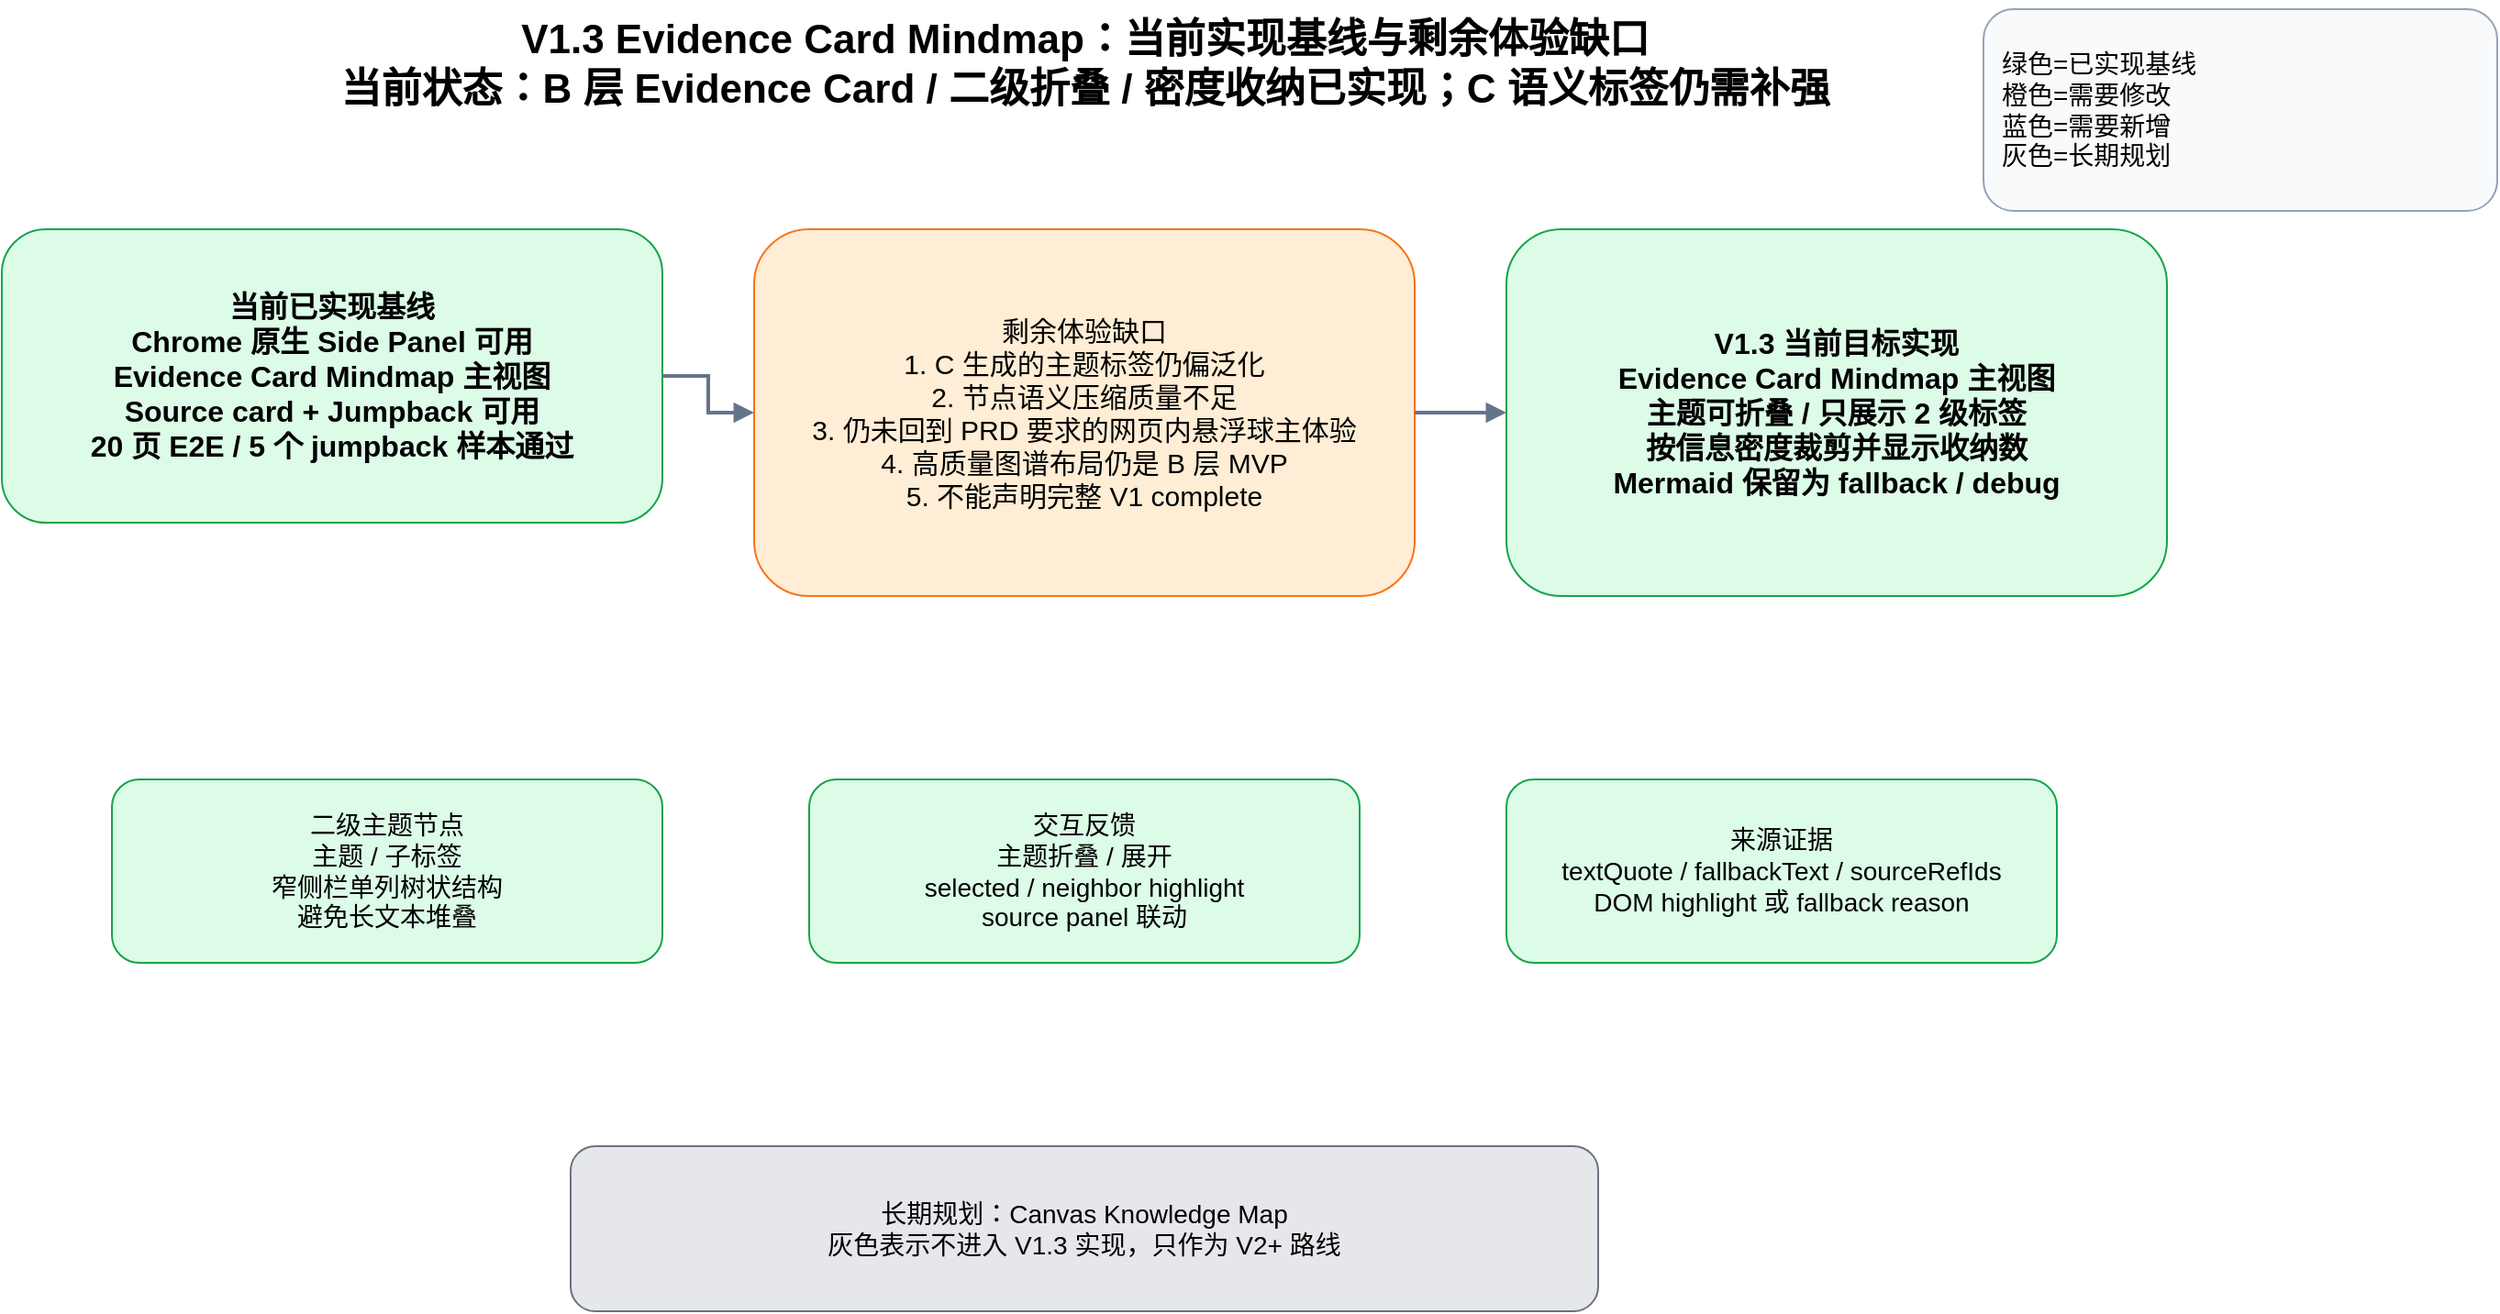
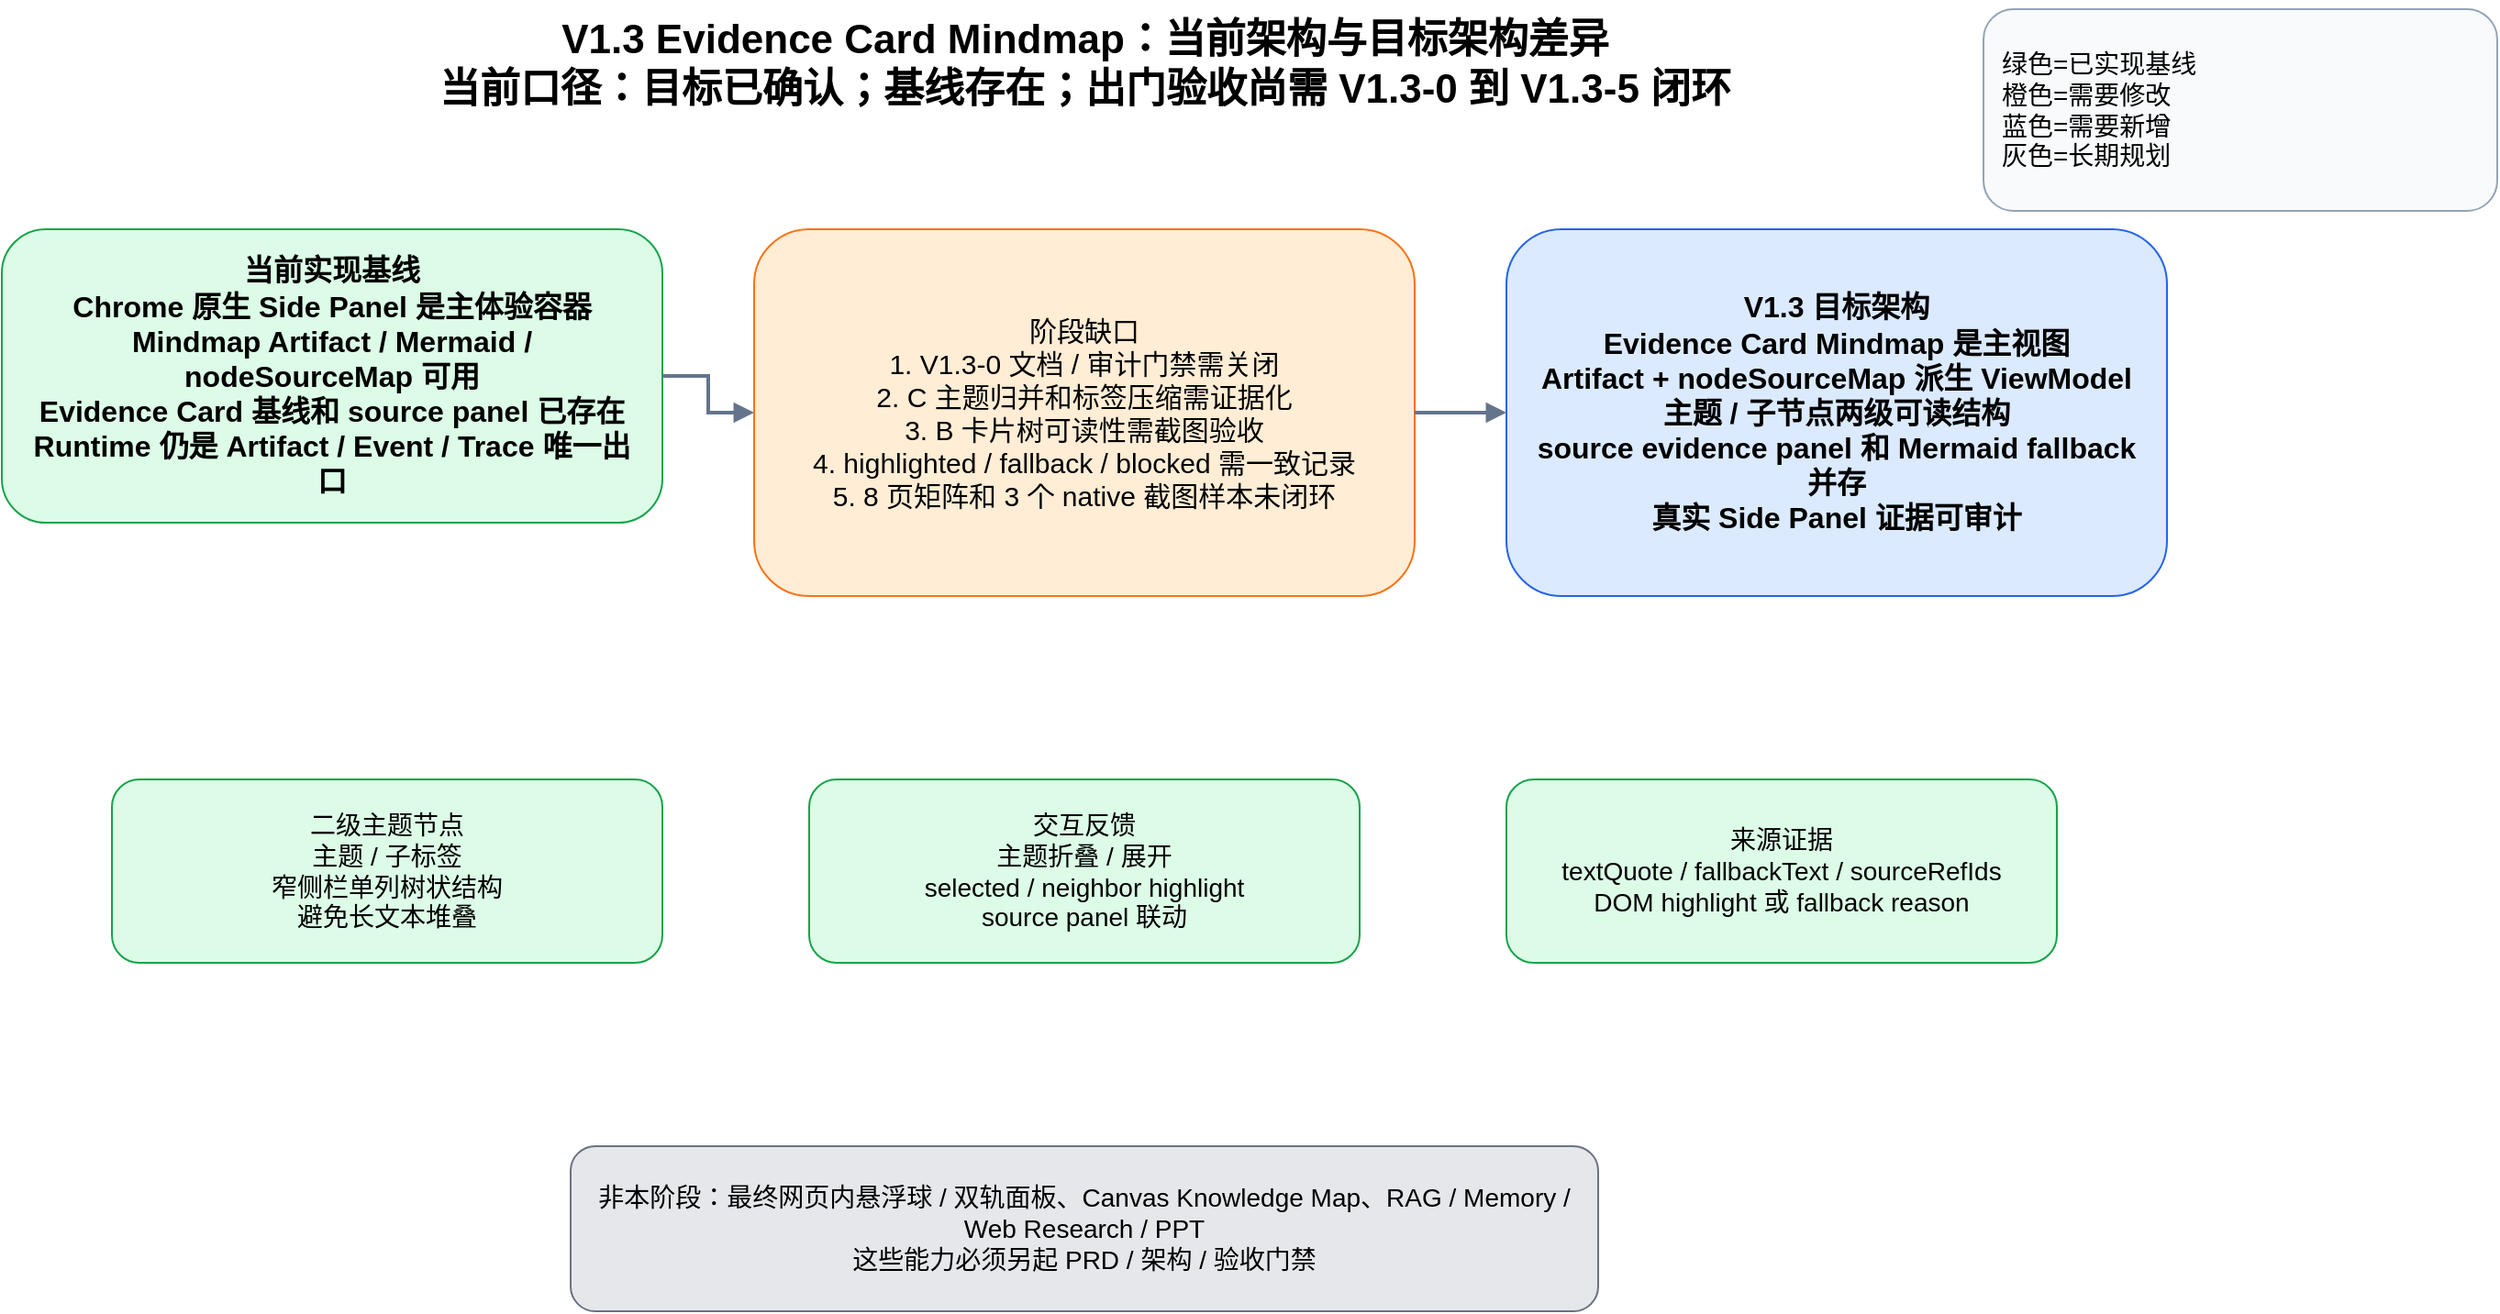
- <mxfile host="Electron" agent="Mozilla/5.0 (Macintosh; Intel Mac OS X 10_15_7) AppleWebKit/537.36 (KHTML, like Gecko) draw.io/29.6.6 Chrome/144.0.7559.236 Electron/40.8.4 Safari/537.36" version="29.6.6" pages="6">
+ <mxfile host="Electron" agent="Mozilla/5.0 (Macintosh; Intel Mac OS X 10_15_7) AppleWebKit/537.36 (KHTML, like Gecko) draw.io/29.6.6 Chrome/144.0.7559.236 Electron/40.8.4 Safari/537.36" pages="6">
  <diagram id="v13-01" name="01 当前与目标差异">
-     <mxGraphModel dx="1394" dy="745" grid="1" gridSize="10" guides="1" tooltips="1" connect="1" arrows="1" fold="1" page="1" pageScale="1" pageWidth="1400" pageHeight="900" math="0" shadow="0">
-       <root>
-         <mxCell id="0" />
-         <mxCell id="1" parent="0" />
-         <mxCell id="title" parent="1" style="text;html=1;fontSize=22;fontStyle=1;align=center;verticalAlign=middle;strokeColor=none;fillColor=none;" value="V1.3 Evidence Card Mindmap：当前实现基线与剩余体验缺口&#xa;当前状态：B 层 Evidence Card / 二级折叠 / 密度收纳已实现；C 语义标签仍需补强" vertex="1">
+     <mxGraphModel dx="3005" dy="1531" grid="1" gridSize="10" guides="1" tooltips="1" connect="1" arrows="1" fold="1" page="1" pageScale="1" pageWidth="1400" pageHeight="900" math="0" shadow="0">
+       <root>
+         <mxCell id="0" />
+         <mxCell id="1" parent="0" />
+         <mxCell id="title" parent="1" style="text;html=1;fontSize=22;fontStyle=1;align=center;verticalAlign=middle;strokeColor=none;fillColor=none;" value="V1.3 Evidence Card Mindmap：当前架构与目标架构差异&#xa;当前口径：目标已确认；基线存在；出门验收尚需 V1.3-0 到 V1.3-5 闭环" vertex="1">
          <mxGeometry height="70" width="1100" x="150" y="25" as="geometry" />
        </mxCell>
        <mxCell id="legend1" parent="1" style="rounded=1;whiteSpace=wrap;html=1;fillColor=#f8fafc;strokeColor=#94a3b8;fontSize=14;align=left;spacing=10;" value="绿色=已实现基线&#xa;橙色=需要修改&#xa;蓝色=需要新增&#xa;灰色=长期规划" vertex="1">
          <mxGeometry height="110" width="280" x="1190" y="30" as="geometry" />
        </mxCell>
-         <mxCell id="cur" parent="1" style="rounded=1;whiteSpace=wrap;html=1;fillColor=#dcfce7;strokeColor=#16a34a;fontSize=16;fontStyle=1;spacing=12;" value="当前已实现基线&#xa;Chrome 原生 Side Panel 可用&#xa;Evidence Card Mindmap 主视图&#xa;Source card + Jumpback 可用&#xa;20 页 E2E / 5 个 jumpback 样本通过" vertex="1">
+         <mxCell id="cur" parent="1" style="rounded=1;whiteSpace=wrap;html=1;fillColor=#dcfce7;strokeColor=#16a34a;fontSize=16;fontStyle=1;spacing=12;" value="当前实现基线&#xa;Chrome 原生 Side Panel 是主体验容器&#xa;Mindmap Artifact / Mermaid / nodeSourceMap 可用&#xa;Evidence Card 基线和 source panel 已存在&#xa;Runtime 仍是 Artifact / Event / Trace 唯一出口" vertex="1">
          <mxGeometry height="160" width="360" x="110" y="150" as="geometry" />
        </mxCell>
-         <mxCell id="gap" parent="1" style="rounded=1;whiteSpace=wrap;html=1;fillColor=#ffedd5;strokeColor=#f97316;fontSize=15;spacing=12;" value="剩余体验缺口&#xa;1. C 生成的主题标签仍偏泛化&#xa;2. 节点语义压缩质量不足&#xa;3. 仍未回到 PRD 要求的网页内悬浮球主体验&#xa;4. 高质量图谱布局仍是 B 层 MVP&#xa;5. 不能声明完整 V1 complete" vertex="1">
+         <mxCell id="gap" parent="1" style="rounded=1;whiteSpace=wrap;html=1;fillColor=#ffedd5;strokeColor=#f97316;fontSize=15;spacing=12;" value="阶段缺口&#xa;1. V1.3-0 文档 / 审计门禁需关闭&#xa;2. C 主题归并和标签压缩需证据化&#xa;3. B 卡片树可读性需截图验收&#xa;4. highlighted / fallback / blocked 需一致记录&#xa;5. 8 页矩阵和 3 个 native 截图样本未闭环" vertex="1">
          <mxGeometry height="200" width="360" x="520" y="150" as="geometry" />
        </mxCell>
-         <mxCell id="target" parent="1" style="rounded=1;whiteSpace=wrap;html=1;fillColor=#dcfce7;strokeColor=#16a34a;fontSize=16;fontStyle=1;spacing=12;" value="V1.3 当前目标实现&#xa;Evidence Card Mindmap 主视图&#xa;主题可折叠 / 只展示 2 级标签&#xa;按信息密度裁剪并显示收纳数&#xa;Mermaid 保留为 fallback / debug" vertex="1">
+         <mxCell id="target" parent="1" style="rounded=1;whiteSpace=wrap;html=1;fillColor=#dbeafe;strokeColor=#2563eb;fontSize=16;fontStyle=1;spacing=12;" value="V1.3 目标架构&#xa;Evidence Card Mindmap 是主视图&#xa;Artifact + nodeSourceMap 派生 ViewModel&#xa;主题 / 子节点两级可读结构&#xa;source evidence panel 和 Mermaid fallback 并存&#xa;真实 Side Panel 证据可审计" vertex="1">
          <mxGeometry height="200" width="360" x="930" y="150" as="geometry" />
        </mxCell>
        <mxCell id="e1" edge="1" parent="1" source="cur" style="edgeStyle=orthogonalEdgeStyle;rounded=0;orthogonalLoop=1;jettySize=auto;html=1;strokeWidth=2;endArrow=block;strokeColor=#64748b;" target="gap">
          <mxGeometry relative="1" as="geometry" />
        </mxCell>
        <mxCell id="e2" edge="1" parent="1" source="gap" style="edgeStyle=orthogonalEdgeStyle;rounded=0;orthogonalLoop=1;jettySize=auto;html=1;strokeWidth=2;endArrow=block;strokeColor=#64748b;" target="target">
          <mxGeometry relative="1" as="geometry" />
        </mxCell>
        <mxCell id="card1" parent="1" style="rounded=1;whiteSpace=wrap;html=1;fillColor=#dcfce7;strokeColor=#16a34a;fontSize=14;spacing=10;" value="二级主题节点&#xa;主题 / 子标签&#xa;窄侧栏单列树状结构&#xa;避免长文本堆叠" vertex="1">
          <mxGeometry height="100" width="300" x="170" y="450" as="geometry" />
        </mxCell>
        <mxCell id="card2" parent="1" style="rounded=1;whiteSpace=wrap;html=1;fillColor=#dcfce7;strokeColor=#16a34a;fontSize=14;spacing=10;" value="交互反馈&#xa;主题折叠 / 展开&#xa;selected / neighbor highlight&#xa;source panel 联动" vertex="1">
          <mxGeometry height="100" width="300" x="550" y="450" as="geometry" />
        </mxCell>
        <mxCell id="card3" parent="1" style="rounded=1;whiteSpace=wrap;html=1;fillColor=#dcfce7;strokeColor=#16a34a;fontSize=14;spacing=10;" value="来源证据&#xa;textQuote / fallbackText / sourceRefIds&#xa;DOM highlight 或 fallback reason" vertex="1">
          <mxGeometry height="100" width="300" x="930" y="450" as="geometry" />
        </mxCell>
-         <mxCell id="future" parent="1" style="rounded=1;whiteSpace=wrap;html=1;fillColor=#e5e7eb;strokeColor=#6b7280;fontSize=14;spacing=10;" value="长期规划：Canvas Knowledge Map&#xa;灰色表示不进入 V1.3 实现，只作为 V2+ 路线" vertex="1">
+         <mxCell id="future" parent="1" style="rounded=1;whiteSpace=wrap;html=1;fillColor=#e5e7eb;strokeColor=#6b7280;fontSize=14;spacing=10;" value="非本阶段：最终网页内悬浮球 / 双轨面板、Canvas Knowledge Map、RAG / Memory / Web Research / PPT&#xa;这些能力必须另起 PRD / 架构 / 验收门禁" vertex="1">
          <mxGeometry height="90" width="560" x="420" y="650" as="geometry" />
        </mxCell>
      </root>
    </mxGraphModel>
  </diagram>
  <diagram id="v13-02" name="02 模块调用关系">
    <mxGraphModel dx="1394" dy="745" grid="1" gridSize="10" guides="1" tooltips="1" connect="1" arrows="1" fold="1" page="1" pageScale="1" pageWidth="1400" pageHeight="900" math="0" shadow="0">
      <root>
        <mxCell id="0" />
        <mxCell id="1" parent="0" />
        <mxCell id="t2" parent="1" style="text;html=1;fontSize=24;fontStyle=1;align=center;strokeColor=none;fillColor=none;" value="V1.3 模块调用关系：B 升级渲染，A/C/D 边界不变" vertex="1">
          <mxGeometry height="50" width="1180" x="110" y="30" as="geometry" />
        </mxCell>
        <mxCell id="a" parent="1" style="rounded=1;whiteSpace=wrap;html=1;fillColor=#dcfce7;strokeColor=#16a34a;fontSize=15;fontStyle=1;spacing=10;" value="A Page Reading&#xa;已实现基线&#xa;PerceptionDigest&#xa;SourceMap / SourceRef&#xa;QualityReport" vertex="1">
          <mxGeometry height="150" width="220" x="90" y="180" as="geometry" />
        </mxCell>
        <mxCell id="c" parent="1" style="rounded=1;whiteSpace=wrap;html=1;fillColor=#ffedd5;strokeColor=#f97316;fontSize=15;fontStyle=1;spacing=10;" value="C Mindmap&#xa;已支撑基础输出&#xa;tree / Mermaid source&#xa;nodeSourceMap / sourceRefs&#xa;待补强：主题标签语义压缩" vertex="1">
          <mxGeometry height="150" width="220" x="380" y="320" as="geometry" />
        </mxCell>
        <mxCell id="d" parent="1" style="rounded=1;whiteSpace=wrap;html=1;fillColor=#dcfce7;strokeColor=#16a34a;fontSize=15;fontStyle=1;spacing=10;" value="D Adapter Layer&#xa;已实现边界&#xa;ToolResult&#xa;ArtifactRecord&#xa;Event / Trace" vertex="1">
          <mxGeometry height="150" width="220" x="670" y="180" as="geometry" />
        </mxCell>
        <mxCell id="b" parent="1" style="rounded=1;whiteSpace=wrap;html=1;fillColor=#dcfce7;strokeColor=#16a34a;fontSize=15;fontStyle=1;spacing=10;" value="B Mindmap Renderer&#xa;V1.3 已实现基线&#xa;B-local EvidenceCardViewModel&#xa;Evidence Card Mindmap&#xa;二级标签 / 主题折叠 / 密度收纳&#xa;不生成事实内容" vertex="1">
          <mxGeometry height="190" width="270" x="960" y="170" as="geometry" />
        </mxCell>
        <mxCell id="cs" parent="1" style="rounded=1;whiteSpace=wrap;html=1;fillColor=#ffedd5;strokeColor=#f97316;fontSize=15;spacing=10;" value="Content Script&#xa;用户触发定位&#xa;selector / domPath / textQuote&#xa;DOM highlight 或 fallback" vertex="1">
          <mxGeometry height="130" width="260" x="960" y="470" as="geometry" />
        </mxCell>
        <mxCell id="e21" edge="1" parent="1" source="a" style="edgeStyle=orthogonalEdgeStyle;html=1;strokeWidth=2;endArrow=block;strokeColor=#475569;" target="c" value="high-signal / digest / sourceRefs">
          <mxGeometry relative="1" as="geometry" />
        </mxCell>
        <mxCell id="e22" edge="1" parent="1" source="c" style="edgeStyle=orthogonalEdgeStyle;html=1;strokeWidth=2;endArrow=block;strokeColor=#475569;" target="d" value="MindmapResult">
          <mxGeometry relative="1" as="geometry" />
        </mxCell>
        <mxCell id="e23" edge="1" parent="1" source="d" style="edgeStyle=orthogonalEdgeStyle;html=1;strokeWidth=2;endArrow=block;strokeColor=#475569;" target="b" value="Artifact + metadata">
          <mxGeometry relative="1" as="geometry" />
        </mxCell>
        <mxCell id="e24" edge="1" parent="1" source="b" style="edgeStyle=orthogonalEdgeStyle;html=1;strokeWidth=2;endArrow=block;strokeColor=#475569;" target="cs" value="user-triggered jumpback">
          <mxGeometry relative="1" as="geometry" />
        </mxCell>
        <mxCell id="rules" parent="1" style="rounded=1;whiteSpace=wrap;html=1;fillColor=#f8fafc;strokeColor=#94a3b8;fontSize=15;align=left;spacing=12;" value="硬边界&#xa;A 不生成 Mindmap / Artifact / SSE&#xa;C 不渲染 UI / 不读取 DOM / 不输出前端组件结构&#xa;D 是 Artifact / Event / Trace 唯一出口&#xa;B 不生成事实内容 / 不直连 A/C/D&#xa;Content Script 只执行用户触发定位" vertex="1">
          <mxGeometry height="170" width="620" x="170" y="520" as="geometry" />
        </mxCell>
        <mxCell id="schema" parent="1" style="rounded=1;whiteSpace=wrap;html=1;fillColor=#dcfce7;strokeColor=#16a34a;fontSize=14;spacing=10;" value="V1.3 可执行合同&#xa;v1_3_evidence_card_mindmap.schema.json&#xa;ViewModel / report.json / screenshots metadata&#xa;displayPolicy.maxDepth=2" vertex="1">
          <mxGeometry height="110" width="390" x="840" y="620" as="geometry" />
        </mxCell>
      </root>
    </mxGraphModel>
  </diagram>
  <diagram id="v13-03" name="03 开发及验收计划">
    <mxGraphModel dx="1400" dy="900" grid="1" gridSize="10" guides="1" tooltips="1" connect="1" arrows="1" fold="1" page="1" pageScale="1" pageWidth="1400" pageHeight="900" math="0" shadow="0">
      <root>
        <mxCell id="0" />
        <mxCell id="1" parent="0" />
-         <mxCell id="t3" value="V1.3 开发及验收计划：已实现基线与后续补强" style="text;html=1;fontSize=24;fontStyle=1;align=center;strokeColor=none;fillColor=none;" vertex="1" parent="1">
+         <mxCell id="t3" value="V1.3 开发及验收计划：从文档门禁到出门报告" style="text;html=1;fontSize=24;fontStyle=1;align=center;strokeColor=none;fillColor=none;" vertex="1" parent="1">
          <mxGeometry x="280" y="30" width="840" height="50" as="geometry" />
        </mxCell>
-         <mxCell id="s0" value="V1.3-0&#xa;合同 / 验收口径冻结&#xa;schema + report.json + 截图标准&#xa;已完成" style="rounded=1;whiteSpace=wrap;html=1;fillColor=#dcfce7;strokeColor=#16a34a;fontSize=14;spacing=8;" vertex="1" parent="1">
+         <mxCell id="s0" value="V1.3-0&#xa;PRD / 架构 / gap / 验收冻结&#xa;schema + report.json + 截图标准&#xa;出门：审计无 fatal / major" style="rounded=1;whiteSpace=wrap;html=1;fillColor=#ffedd5;strokeColor=#f97316;fontSize=14;spacing=8;" vertex="1" parent="1">
          <mxGeometry x="70" y="150" width="205" height="145" as="geometry" />
        </mxCell>
-         <mxCell id="s1" value="V1.3-1&#xa;EvidenceCardViewModel&#xa;fixture 覆盖缺 source / 重复标题 / 长文本&#xa;已完成" style="rounded=1;whiteSpace=wrap;html=1;fillColor=#dcfce7;strokeColor=#16a34a;fontSize=14;spacing=8;" vertex="1" parent="1">
+         <mxCell id="s1" value="V1.3-1&#xa;EvidenceCardViewModel&#xa;Artifact + nodeSourceMap 派生&#xa;fixture：缺 source / 重复标题 / 长文本" style="rounded=1;whiteSpace=wrap;html=1;fillColor=#dbeafe;strokeColor=#2563eb;fontSize=14;spacing=8;" vertex="1" parent="1">
          <mxGeometry x="300" y="160" width="190" height="120" as="geometry" />
        </mxCell>
-         <mxCell id="s2" value="V1.3-2&#xa;卡片树布局 / 视觉 token&#xa;Side Panel 窄宽度可读&#xa;已完成" style="rounded=1;whiteSpace=wrap;html=1;fillColor=#dcfce7;strokeColor=#16a34a;fontSize=14;spacing=8;" vertex="1" parent="1">
+         <mxCell id="s2" value="V1.3-2&#xa;卡片树布局 / 视觉 token&#xa;Side Panel 窄宽度可读&#xa;截图证明无溢出 / 重叠" style="rounded=1;whiteSpace=wrap;html=1;fillColor=#dbeafe;strokeColor=#2563eb;fontSize=14;spacing=8;" vertex="1" parent="1">
          <mxGeometry x="520" y="160" width="190" height="120" as="geometry" />
        </mxCell>
-         <mxCell id="s3" value="V1.3-3&#xa;hover / selected / 邻接高亮&#xa;source panel 稳定展示&#xa;已完成" style="rounded=1;whiteSpace=wrap;html=1;fillColor=#dcfce7;strokeColor=#16a34a;fontSize=14;spacing=8;" vertex="1" parent="1">
+         <mxCell id="s3" value="V1.3-3&#xa;hover / selected / 邻接高亮&#xa;source panel 稳定展示&#xa;点击节点后证据可读" style="rounded=1;whiteSpace=wrap;html=1;fillColor=#dbeafe;strokeColor=#2563eb;fontSize=14;spacing=8;" vertex="1" parent="1">
          <mxGeometry x="740" y="160" width="190" height="120" as="geometry" />
        </mxCell>
-         <mxCell id="s4" value="V1.3-4&#xa;Jumpback / fallback 集成&#xa;DOM success 与 fallback 严格区分&#xa;已完成" style="rounded=1;whiteSpace=wrap;html=1;fillColor=#dcfce7;strokeColor=#16a34a;fontSize=14;spacing=8;" vertex="1" parent="1">
+         <mxCell id="s4" value="V1.3-4&#xa;Jumpback / fallback 集成&#xa;highlighted / fallback_shown / blocked&#xa;UI / JSON / 截图 metadata 一致" style="rounded=1;whiteSpace=wrap;html=1;fillColor=#dbeafe;strokeColor=#2563eb;fontSize=14;spacing=8;" vertex="1" parent="1">
          <mxGeometry x="960" y="160" width="190" height="120" as="geometry" />
        </mxCell>
-         <mxCell id="s5" value="V1.3-5&#xa;真实网页 E2E / HTML 报告&#xa;20 页矩阵 / 5 个 jumpback 样本&#xa;已完成" style="rounded=1;whiteSpace=wrap;html=1;fillColor=#dcfce7;strokeColor=#16a34a;fontSize=14;spacing=8;" vertex="1" parent="1">
+         <mxCell id="s5" value="V1.3-5&#xa;真实网页 / snapshot 出门验收&#xa;8 页矩阵 / 3 个 native Side Panel 截图样本&#xa;HTML 报告 + PRD review + false-green audit" style="rounded=1;whiteSpace=wrap;html=1;fillColor=#dbeafe;strokeColor=#2563eb;fontSize=14;spacing=8;" vertex="1" parent="1">
          <mxGeometry x="1180" y="160" width="190" height="120" as="geometry" />
        </mxCell>
        <mxCell id="p01" edge="1" parent="1" source="s0" target="s1" style="edgeStyle=orthogonalEdgeStyle;html=1;strokeWidth=2;endArrow=block;strokeColor=#64748b;">
          <mxGeometry relative="1" as="geometry" />
        </mxCell>
        <mxCell id="p12" edge="1" parent="1" source="s1" target="s2" style="edgeStyle=orthogonalEdgeStyle;html=1;strokeWidth=2;endArrow=block;strokeColor=#64748b;">
          <mxGeometry relative="1" as="geometry" />
        </mxCell>
        <mxCell id="p23" edge="1" parent="1" source="s2" target="s3" style="edgeStyle=orthogonalEdgeStyle;html=1;strokeWidth=2;endArrow=block;strokeColor=#64748b;">
          <mxGeometry relative="1" as="geometry" />
        </mxCell>
        <mxCell id="p34" edge="1" parent="1" source="s3" target="s4" style="edgeStyle=orthogonalEdgeStyle;html=1;strokeWidth=2;endArrow=block;strokeColor=#64748b;">
          <mxGeometry relative="1" as="geometry" />
        </mxCell>
        <mxCell id="p45" edge="1" parent="1" source="s4" target="s5" style="edgeStyle=orthogonalEdgeStyle;html=1;strokeWidth=2;endArrow=block;strokeColor=#64748b;">
          <mxGeometry relative="1" as="geometry" />
        </mxCell>
-         <mxCell id="audit" value="当前验收结论&#xa;前端 typecheck 通过；Mindmap / Chat / Debug 相关单测通过；Runtime 关键测试通过；WXT build 通过。&#xa;V1.3 体验基线可用，但不等于完整 V1 complete。" style="rounded=1;whiteSpace=wrap;html=1;fillColor=#f8fafc;strokeColor=#94a3b8;fontSize=16;fontStyle=1;spacing=12;" vertex="1" parent="1">
+         <mxCell id="audit" value="当前验收结论&#xa;阶段目标已确认；已有实现可作为基线输入。&#xa;仍需关闭 V1.3-0 文档 / 审计门禁，并完成 V1.3-5 出门证据包。&#xa;不得声明完整 V1 complete 或 Canvas / RAG / Memory ready。" style="rounded=1;whiteSpace=wrap;html=1;fillColor=#f8fafc;strokeColor=#94a3b8;fontSize=16;fontStyle=1;spacing=12;" vertex="1" parent="1">
          <mxGeometry x="170" y="430" width="1060" height="120" as="geometry" />
        </mxCell>
        <mxCell id="evidence" value="固定证据包&#xa;docs/active/project/evidence/v1_3_evidence_card_mindmap/&#xa;report.json&#xa;acceptance-report.html&#xa;screenshots/&#xa;native-run/report.json" style="rounded=1;whiteSpace=wrap;html=1;fillColor=#dcfce7;strokeColor=#16a34a;fontSize=15;spacing=10;" vertex="1" parent="1">
          <mxGeometry x="430" y="610" width="540" height="150" as="geometry" />
        </mxCell>
        <mxCell id="s6" value="后续补强&#xa;C 语义标签压缩&#xa;主题归并质量&#xa;更强图谱布局&#xa;回归网页内悬浮球主体验" style="rounded=1;whiteSpace=wrap;html=1;fillColor=#ffedd5;strokeColor=#f97316;fontSize=15;fontStyle=1;spacing=10;" vertex="1" parent="1">
          <mxGeometry x="1030" y="610" width="270" height="150" as="geometry" />
        </mxCell>
      </root>
    </mxGraphModel>
  </diagram>
  <diagram id="v13-04" name="04 验收门槛与出门条件">
    <mxGraphModel dx="1400" dy="900" grid="1" gridSize="10" guides="1" tooltips="1" connect="1" arrows="1" fold="1" page="1" pageScale="1" pageWidth="1400" pageHeight="900" math="0" shadow="0">
      <root>
        <mxCell id="0" />
        <mxCell id="1" parent="0" />
        <mxCell id="t4" value="V1.3 验收门槛与出门条件" style="text;html=1;fontSize=24;fontStyle=1;align=center;strokeColor=none;fillColor=none;" vertex="1" parent="1">
          <mxGeometry x="300" y="30" width="800" height="50" as="geometry" />
        </mxCell>
-         <mxCell id="go" value="已通过 / 可验收条件&#xa;1. Evidence Card 为主视图&#xa;2. ViewModel + displayPolicy 可用&#xa;3. 只展示 2 级标签，主题可折叠&#xa;4. 高密度页面显示收纳数量&#xa;5. source evidence panel 可读&#xa;6. DOM success / fallback / blocked 严格区分&#xa;7. 20 页矩阵 + 5 个 jumpback 样本&#xa;8. HTML 报告、JSON、截图结论一致" style="rounded=1;whiteSpace=wrap;html=1;fillColor=#dcfce7;strokeColor=#16a34a;fontSize=15;spacing=12;" vertex="1" parent="1">
+         <mxCell id="go" value="出门条件&#xa;1. Evidence Card 为主视图&#xa;2. ViewModel 由 Artifact + metadata 派生&#xa;3. 两级主题结构可读，长标签被压缩&#xa;4. source evidence panel 可读&#xa;5. highlighted / fallback_shown / blocked 严格区分&#xa;6. 8 页矩阵 + 3 个 native Side Panel 截图样本&#xa;7. HTML 报告、JSON、截图、PRD review 一致" style="rounded=1;whiteSpace=wrap;html=1;fillColor=#dbeafe;strokeColor=#2563eb;fontSize=15;spacing=12;" vertex="1" parent="1">
          <mxGeometry x="110" y="120" width="540" height="340" as="geometry" />
        </mxCell>
        <mxCell id="nogo" value="仍然 No-Go&#xa;1. 只改 Mermaid CSS 就声明完成&#xa;2. 全屏 extension page 冒充 Side Panel&#xa;3. fallback 冒充 DOM 成功&#xa;4. B 生成事实 / Artifact / Trace&#xa;5. C 输出前端组件结构&#xa;6. 借本阶段引入 RAG / Memory / Web Research / PPT / Deep Research&#xa;7. 用 V1.3 声明完整 V1 complete" style="rounded=1;whiteSpace=wrap;html=1;fillColor=#fee2e2;strokeColor=#dc2626;fontSize=15;spacing=12;" vertex="1" parent="1">
          <mxGeometry x="760" y="140" width="500" height="300" as="geometry" />
        </mxCell>
        <mxCell id="claim" value="允许谨慎声明&#xa;V1.3 Evidence Card Mindmap B-layer experience baseline complete" style="rounded=1;whiteSpace=wrap;html=1;fillColor=#dcfce7;strokeColor=#16a34a;fontSize=18;fontStyle=1;align=center;spacing=12;" vertex="1" parent="1">
          <mxGeometry x="180" y="570" width="450" height="110" as="geometry" />
        </mxCell>
        <mxCell id="noClaim" value="不得声明&#xa;完整 V1 complete&#xa;网页内悬浮球主体验 complete&#xa;C 语义标签质量 complete&#xa;Canvas Knowledge Map complete&#xa;V2 Memory / RAG ready&#xa;Web Research / PPT / Deep Research ready" style="rounded=1;whiteSpace=wrap;html=1;fillColor=#e5e7eb;strokeColor=#6b7280;fontSize=15;spacing=12;" vertex="1" parent="1">
          <mxGeometry x="760" y="550" width="500" height="150" as="geometry" />
        </mxCell>
      </root>
    </mxGraphModel>
  </diagram>
  <diagram id="v13-05" name="05 用户体验路径">
    <mxGraphModel dx="1247" dy="666" grid="1" gridSize="10" guides="1" tooltips="1" connect="1" arrows="1" fold="1" page="1" pageScale="1" pageWidth="1400" pageHeight="900" math="0" shadow="0">
      <root>
        <mxCell id="0" />
        <mxCell id="1" parent="0" />
        <mxCell id="t5" parent="1" style="text;html=1;fontSize=24;fontStyle=1;align=center;strokeColor=none;fillColor=none;" value="V1.3 用户体验路径：从阅读到可验证导图" vertex="1">
          <mxGeometry height="50" width="960" x="220" y="30" as="geometry" />
        </mxCell>
        <mxCell id="u1" parent="1" style="rounded=1;whiteSpace=wrap;html=1;fillColor=#dcfce7;strokeColor=#16a34a;fontSize=15;spacing=10;" value="1 打开真实网页&#xa;Chrome 原生 Side Panel" vertex="1">
          <mxGeometry height="100" width="190" x="90" y="160" as="geometry" />
        </mxCell>
        <mxCell id="u2" parent="1" style="rounded=1;whiteSpace=wrap;html=1;fillColor=#dcfce7;strokeColor=#16a34a;fontSize=15;spacing=10;" value="2 读取当前页面&#xa;A quality / digest / sourceRefs 可见" vertex="1">
          <mxGeometry height="100" width="210" x="330" y="160" as="geometry" />
        </mxCell>
        <mxCell id="u3" parent="1" style="rounded=1;whiteSpace=wrap;html=1;fillColor=#dcfce7;strokeColor=#16a34a;fontSize=15;spacing=10;" value="3 生成 Mindmap&#xa;D 创建 mindmap artifact" vertex="1">
          <mxGeometry height="100" width="210" x="590" y="160" as="geometry" />
        </mxCell>
        <mxCell id="u4" parent="1" style="rounded=1;whiteSpace=wrap;html=1;fillColor=#dcfce7;strokeColor=#16a34a;fontSize=15;fontStyle=1;spacing=10;" value="4 Evidence Card Mindmap&#xa;二级标签 / 主题折叠 / 密度收纳" vertex="1">
          <mxGeometry height="100" width="220" x="850" y="160" as="geometry" />
        </mxCell>
        <mxCell id="u5" parent="1" style="rounded=1;whiteSpace=wrap;html=1;fillColor=#dcfce7;strokeColor=#16a34a;fontSize=15;fontStyle=1;spacing=10;" value="5 点击节点 / 折叠主题&#xa;selected + 邻接高亮&#xa;只保留可读标签" vertex="1">
          <mxGeometry height="100" width="200" x="860" y="290" as="geometry" />
        </mxCell>
        <mxCell id="u6" parent="1" style="rounded=1;whiteSpace=wrap;html=1;fillColor=#dcfce7;strokeColor=#16a34a;fontSize=15;spacing=10;" value="6 Source Evidence Panel&#xa;textQuote / fallbackText / sourceRefIds" vertex="1">
          <mxGeometry height="110" width="260" x="390" y="430" as="geometry" />
        </mxCell>
        <mxCell id="u7" parent="1" style="rounded=1;whiteSpace=wrap;html=1;fillColor=#dcfce7;strokeColor=#16a34a;fontSize=15;spacing=10;" value="7 用户触发定位&#xa;DOM highlight 成功" vertex="1">
          <mxGeometry height="90" width="230" x="720" y="400" as="geometry" />
        </mxCell>
        <mxCell id="u8" parent="1" style="rounded=1;whiteSpace=wrap;html=1;fillColor=#ffedd5;strokeColor=#f97316;fontSize=15;spacing=10;" value="8 定位失败&#xa;显示 fallback evidence 和原因" vertex="1">
          <mxGeometry height="90" width="230" x="720" y="530" as="geometry" />
        </mxCell>
        <mxCell id="ue1" edge="1" parent="1" source="u1" style="edgeStyle=orthogonalEdgeStyle;html=1;strokeWidth=2;endArrow=block;strokeColor=#64748b;" target="u2">
          <mxGeometry relative="1" as="geometry" />
        </mxCell>
        <mxCell id="ue2" edge="1" parent="1" source="u2" style="edgeStyle=orthogonalEdgeStyle;html=1;strokeWidth=2;endArrow=block;strokeColor=#64748b;" target="u3">
          <mxGeometry relative="1" as="geometry" />
        </mxCell>
        <mxCell id="ue3" edge="1" parent="1" source="u3" style="edgeStyle=orthogonalEdgeStyle;html=1;strokeWidth=2;endArrow=block;strokeColor=#64748b;" target="u4">
          <mxGeometry relative="1" as="geometry" />
        </mxCell>
        <mxCell id="ue4" edge="1" parent="1" source="u4" style="edgeStyle=orthogonalEdgeStyle;html=1;strokeWidth=2;endArrow=block;strokeColor=#64748b;" target="u5">
          <mxGeometry relative="1" as="geometry" />
        </mxCell>
        <mxCell id="ue5" edge="1" parent="1" source="u5" style="edgeStyle=orthogonalEdgeStyle;html=1;strokeWidth=2;endArrow=block;strokeColor=#64748b;" target="u6">
          <mxGeometry relative="1" as="geometry" />
        </mxCell>
        <mxCell id="ue6" edge="1" parent="1" source="u6" style="edgeStyle=orthogonalEdgeStyle;html=1;strokeWidth=2;endArrow=block;strokeColor=#16a34a;" target="u7">
          <mxGeometry relative="1" as="geometry" />
        </mxCell>
        <mxCell id="ue7" edge="1" parent="1" source="u6" style="edgeStyle=orthogonalEdgeStyle;html=1;strokeWidth=2;endArrow=block;strokeColor=#f97316;" target="u8">
          <mxGeometry relative="1" as="geometry" />
        </mxCell>
      </root>
    </mxGraphModel>
  </diagram>
  <diagram id="v13-06" name="06 长期规划">
    <mxGraphModel dx="1400" dy="900" grid="1" gridSize="10" guides="1" tooltips="1" connect="1" arrows="1" fold="1" page="1" pageScale="1" pageWidth="1400" pageHeight="900" math="0" shadow="0">
      <root>
        <mxCell id="0" />
        <mxCell id="1" parent="0" />
        <mxCell id="t6" value="Mindmap 长期路线：V1.3 完成 B 层体验基线，不提前实现 Canvas / RAG" style="text;html=1;fontSize=24;fontStyle=1;align=center;strokeColor=none;fillColor=none;" vertex="1" parent="1">
          <mxGeometry x="120" y="30" width="1160" height="50" as="geometry" />
        </mxCell>
-         <mxCell id="l1" value="V1.3 当前&#xa;Evidence Card Mindmap&#xa;二级折叠 / 密度收纳&#xa;单页 artifact 体验升级" style="rounded=1;whiteSpace=wrap;html=1;fillColor=#dcfce7;strokeColor=#16a34a;fontSize=16;fontStyle=1;spacing=12;" vertex="1" parent="1">
+         <mxCell id="l1" value="V1.3 当前阶段&#xa;Evidence Card Mindmap&#xa;两级主题 / source evidence / jumpback 状态&#xa;单页 artifact 体验升级" style="rounded=1;whiteSpace=wrap;html=1;fillColor=#dbeafe;strokeColor=#2563eb;fontSize=16;fontStyle=1;spacing=12;" vertex="1" parent="1">
          <mxGeometry x="120" y="180" width="240" height="130" as="geometry" />
        </mxCell>
        <mxCell id="l2" value="V1.4 / V1.x&#xa;C 语义标签压缩&#xa;双栏阅读地图&#xa;Side Panel 伴读导航" style="rounded=1;whiteSpace=wrap;html=1;fillColor=#ffedd5;strokeColor=#f97316;fontSize=16;spacing=12;" vertex="1" parent="1">
          <mxGeometry x="430" y="180" width="240" height="130" as="geometry" />
        </mxCell>
        <mxCell id="l3" value="V2&#xa;Canvas Knowledge Map&#xa;Memory Plane / 多网页知识卡" style="rounded=1;whiteSpace=wrap;html=1;fillColor=#e5e7eb;strokeColor=#6b7280;fontSize=16;spacing=12;" vertex="1" parent="1">
          <mxGeometry x="740" y="180" width="250" height="130" as="geometry" />
        </mxCell>
        <mxCell id="l4" value="V4&#xa;研究任务图谱 / PPT Agent 图谱&#xa;Deep Research / Secretary 能力" style="rounded=1;whiteSpace=wrap;html=1;fillColor=#e5e7eb;strokeColor=#6b7280;fontSize=16;spacing=12;" vertex="1" parent="1">
          <mxGeometry x="1060" y="180" width="260" height="130" as="geometry" />
        </mxCell>
        <mxCell id="le1" edge="1" parent="1" source="l1" target="l2" style="edgeStyle=orthogonalEdgeStyle;html=1;strokeWidth=2;endArrow=block;strokeColor=#64748b;">
          <mxGeometry relative="1" as="geometry" />
        </mxCell>
        <mxCell id="le2" edge="1" parent="1" source="l2" target="l3" style="edgeStyle=orthogonalEdgeStyle;html=1;strokeWidth=2;endArrow=block;strokeColor=#64748b;">
          <mxGeometry relative="1" as="geometry" />
        </mxCell>
        <mxCell id="le3" edge="1" parent="1" source="l3" target="l4" style="edgeStyle=orthogonalEdgeStyle;html=1;strokeWidth=2;endArrow=block;strokeColor=#64748b;">
          <mxGeometry relative="1" as="geometry" />
        </mxCell>
        <mxCell id="guard" value="长期能力启动前置条件&#xa;1. Memory Plane 和持久化知识对象冻结&#xa;2. 跨网页 Source Graph 合同冻结&#xa;3. 权限治理和隐私边界冻结&#xa;4. 另起 PRD / 架构 / 验收门禁&#xa;5. 不借 V1.3 提前实现 RAG / Canvas / PPT&#xa;6. 完整 V1 仍需回到网页内悬浮球主体验验收" style="rounded=1;whiteSpace=wrap;html=1;fillColor=#f8fafc;strokeColor=#94a3b8;fontSize=16;align=left;spacing=14;" vertex="1" parent="1">
          <mxGeometry x="310" y="470" width="780" height="180" as="geometry" />
        </mxCell>
      </root>
    </mxGraphModel>
  </diagram>
</mxfile>
